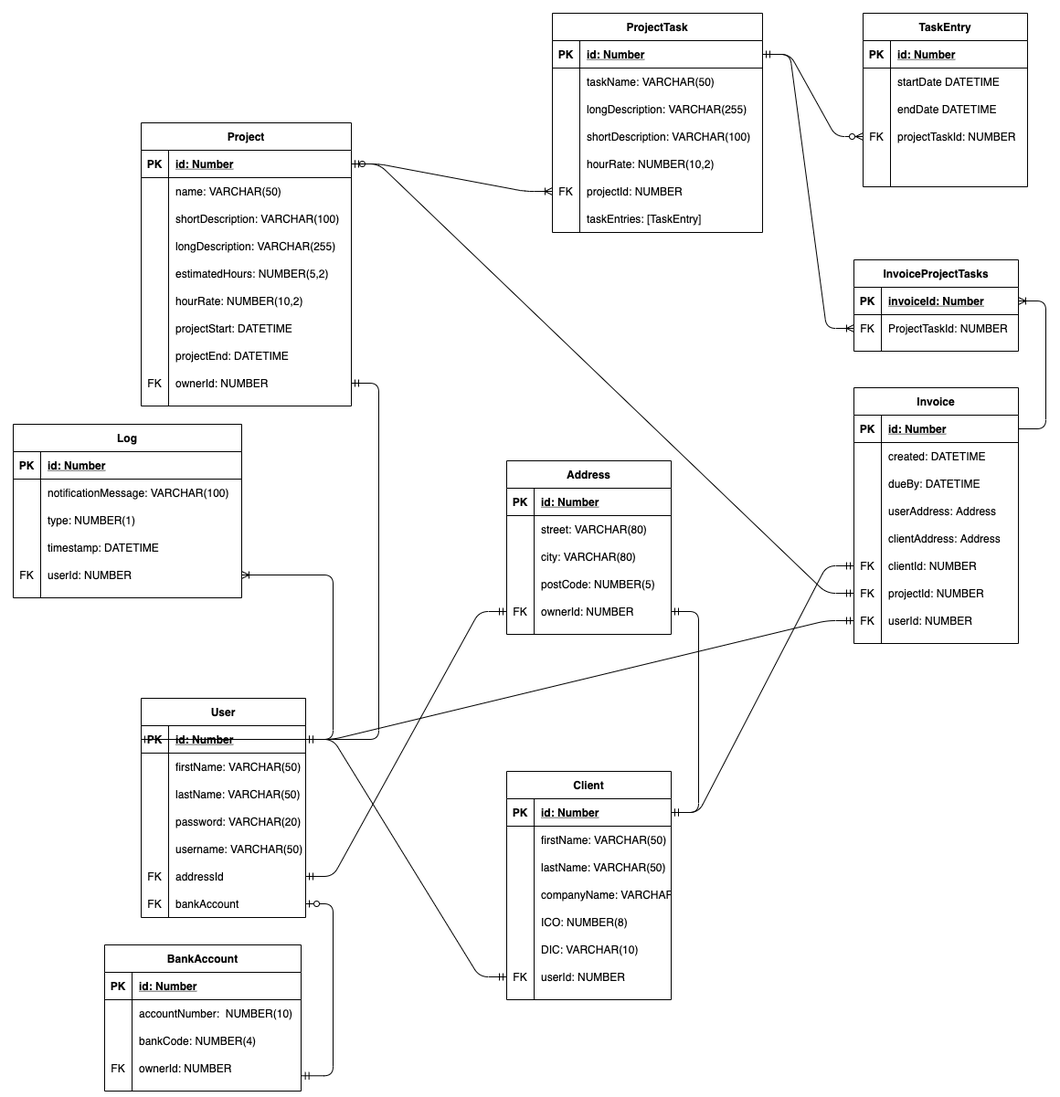
Earlier version of the draw.io export er_model.png (RomanAuersvald/DORDB). Source tidied: cells renumbered, new cells last; positions are measured from the earlier drawing's top-left corner, leaving out a move shared by most shapes.
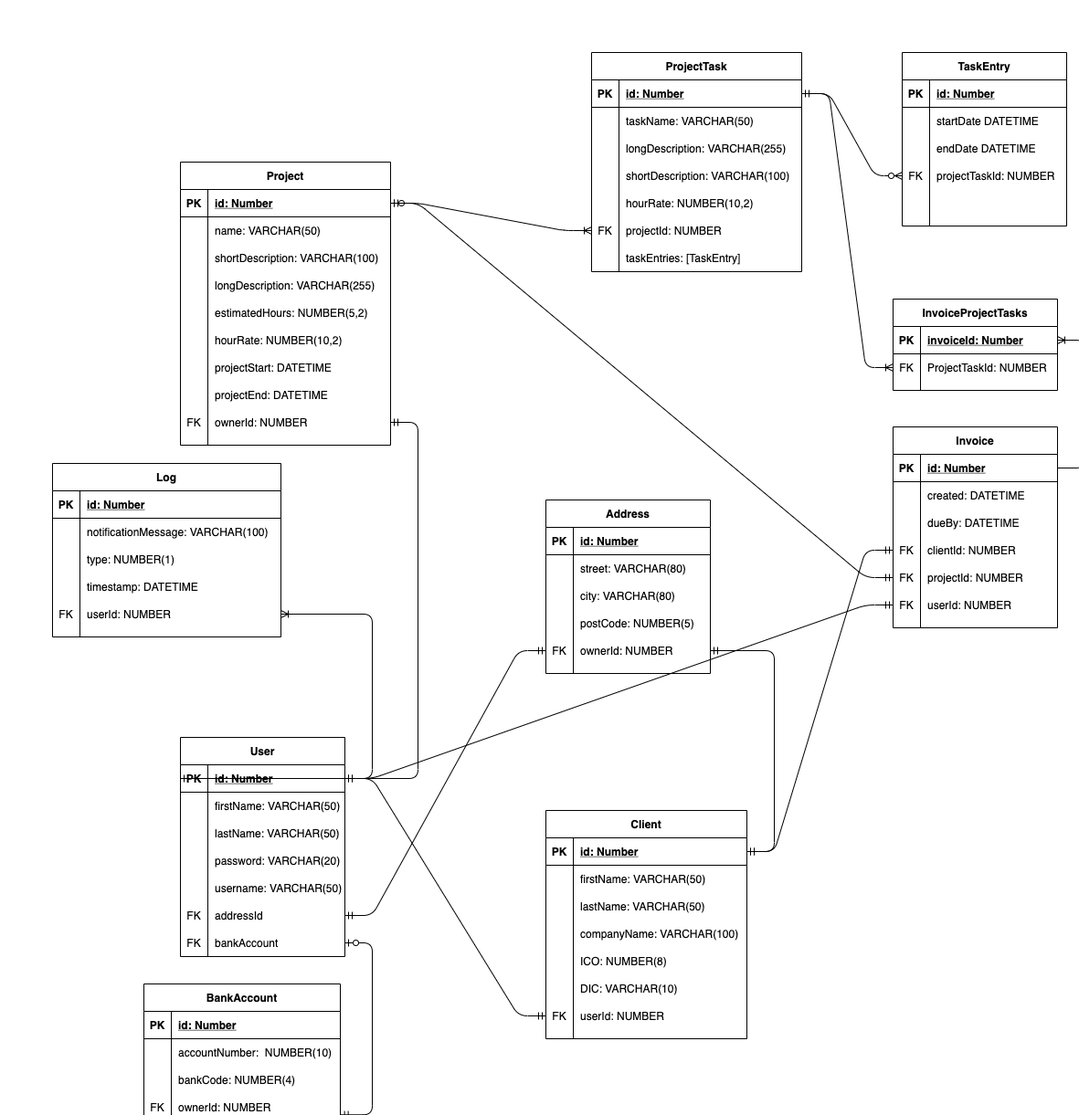
After the change.

Change to the diagram source:
```diff
@@ -273,70 +273,70 @@
       <mxGeometry relative="1" as="geometry" />
     </mxCell>
     <mxCell id="92" value="Client" style="shape=table;startSize=30;rowLines=0;fontStyle=1;align=center;" parent="1" vertex="1">
-      <mxGeometry x="540" y="830" width="180" height="250" as="geometry" />
+      <mxGeometry x="540" y="830" width="220" height="250" as="geometry" />
     </mxCell>
     <mxCell id="93" style="shape=partialRectangle;fillColor=none;top=0;left=0;bottom=1;right=0;points=[[0,0.5],[1,0.5]];portConstraint=eastwest;" parent="92" vertex="1">
-      <mxGeometry y="30" width="180" height="30" as="geometry" />
+      <mxGeometry y="30" width="220" height="30" as="geometry" />
     </mxCell>
     <mxCell id="94" value="PK" style="shape=partialRectangle;fillColor=none;top=0;left=0;bottom=0;right=0;fontStyle=1;overflow=hidden;" parent="93" vertex="1">
       <mxGeometry width="30" height="30" as="geometry" />
     </mxCell>
     <mxCell id="95" value="id: Number" style="shape=partialRectangle;fillColor=none;top=0;left=0;bottom=0;right=0;align=left;spacingLeft=6;fontStyle=5;overflow=hidden;" parent="93" vertex="1">
-      <mxGeometry x="30" width="150" height="30" as="geometry" />
+      <mxGeometry x="30" width="190" height="30" as="geometry" />
     </mxCell>
     <mxCell id="96" style="shape=partialRectangle;fillColor=none;top=0;left=0;bottom=0;right=0;" parent="92" vertex="1">
-      <mxGeometry y="60" width="180" height="30" as="geometry" />
+      <mxGeometry y="60" width="220" height="30" as="geometry" />
     </mxCell>
     <mxCell id="97" style="shape=partialRectangle;fillColor=none;top=0;left=0;bottom=0;right=0;overflow=hidden;" parent="96" vertex="1">
       <mxGeometry width="30" height="30" as="geometry" />
     </mxCell>
     <mxCell id="98" value="firstName: VARCHAR(50)" style="shape=partialRectangle;fillColor=none;top=0;left=0;bottom=0;right=0;align=left;spacingLeft=6;overflow=hidden;" parent="96" vertex="1">
-      <mxGeometry x="30" width="150" height="30" as="geometry" />
+      <mxGeometry x="30" width="190" height="30" as="geometry" />
     </mxCell>
     <mxCell id="99" style="shape=partialRectangle;fillColor=none;top=0;left=0;bottom=0;right=0;" parent="92" vertex="1">
-      <mxGeometry y="90" width="180" height="30" as="geometry" />
+      <mxGeometry y="90" width="220" height="30" as="geometry" />
     </mxCell>
     <mxCell id="100" style="shape=partialRectangle;fillColor=none;top=0;left=0;bottom=0;right=0;overflow=hidden;" parent="99" vertex="1">
       <mxGeometry width="30" height="30" as="geometry" />
     </mxCell>
     <mxCell id="101" value="lastName: VARCHAR(50)" style="shape=partialRectangle;fillColor=none;top=0;left=0;bottom=0;right=0;align=left;spacingLeft=6;overflow=hidden;" parent="99" vertex="1">
-      <mxGeometry x="30" width="150" height="30" as="geometry" />
+      <mxGeometry x="30" width="190" height="30" as="geometry" />
     </mxCell>
     <mxCell id="102" style="shape=partialRectangle;fillColor=none;top=0;left=0;bottom=0;right=0;" parent="92" vertex="1">
-      <mxGeometry y="120" width="180" height="30" as="geometry" />
+      <mxGeometry y="120" width="220" height="30" as="geometry" />
     </mxCell>
     <mxCell id="103" style="shape=partialRectangle;fillColor=none;top=0;left=0;bottom=0;right=0;overflow=hidden;" parent="102" vertex="1">
       <mxGeometry width="30" height="30" as="geometry" />
     </mxCell>
     <mxCell id="104" value="companyName: VARCHAR(100)" style="shape=partialRectangle;fillColor=none;top=0;left=0;bottom=0;right=0;align=left;spacingLeft=6;overflow=hidden;" parent="102" vertex="1">
-      <mxGeometry x="30" width="150" height="30" as="geometry" />
+      <mxGeometry x="30" width="190" height="30" as="geometry" />
     </mxCell>
     <mxCell id="105" style="shape=partialRectangle;fillColor=none;top=0;left=0;bottom=0;right=0;" parent="92" vertex="1">
-      <mxGeometry y="150" width="180" height="30" as="geometry" />
+      <mxGeometry y="150" width="220" height="30" as="geometry" />
     </mxCell>
     <mxCell id="106" style="shape=partialRectangle;fillColor=none;top=0;left=0;bottom=0;right=0;overflow=hidden;" parent="105" vertex="1">
       <mxGeometry width="30" height="30" as="geometry" />
     </mxCell>
     <mxCell id="107" value="ICO: NUMBER(8)" style="shape=partialRectangle;fillColor=none;top=0;left=0;bottom=0;right=0;align=left;spacingLeft=6;overflow=hidden;" parent="105" vertex="1">
-      <mxGeometry x="30" width="150" height="30" as="geometry" />
+      <mxGeometry x="30" width="190" height="30" as="geometry" />
     </mxCell>
     <mxCell id="108" style="shape=partialRectangle;fillColor=none;top=0;left=0;bottom=0;right=0;" parent="92" vertex="1">
-      <mxGeometry y="180" width="180" height="30" as="geometry" />
+      <mxGeometry y="180" width="220" height="30" as="geometry" />
     </mxCell>
     <mxCell id="109" style="shape=partialRectangle;fillColor=none;top=0;left=0;bottom=0;right=0;overflow=hidden;" parent="108" vertex="1">
       <mxGeometry width="30" height="30" as="geometry" />
     </mxCell>
     <mxCell id="110" value="DIC: VARCHAR(10)" style="shape=partialRectangle;fillColor=none;top=0;left=0;bottom=0;right=0;align=left;spacingLeft=6;overflow=hidden;" parent="108" vertex="1">
-      <mxGeometry x="30" width="150" height="30" as="geometry" />
+      <mxGeometry x="30" width="190" height="30" as="geometry" />
     </mxCell>
     <mxCell id="111" style="shape=partialRectangle;fillColor=none;top=0;left=0;bottom=0;right=0;points=[[0,0.5],[1,0.5]];portConstraint=eastwest;" parent="92" vertex="1">
-      <mxGeometry y="210" width="180" height="30" as="geometry" />
+      <mxGeometry y="210" width="220" height="30" as="geometry" />
     </mxCell>
     <mxCell id="112" value="FK" style="shape=partialRectangle;fillColor=none;top=0;left=0;bottom=0;right=0;fontStyle=0;overflow=hidden;" parent="111" vertex="1">
       <mxGeometry width="30" height="30" as="geometry" />
     </mxCell>
     <mxCell id="113" value="userId: NUMBER" style="shape=partialRectangle;fillColor=none;top=0;left=0;bottom=0;right=0;align=left;spacingLeft=6;fontStyle=0;overflow=hidden;" parent="111" vertex="1">
-      <mxGeometry x="30" width="150" height="30" as="geometry" />
+      <mxGeometry x="30" width="190" height="30" as="geometry" />
     </mxCell>
     <mxCell id="114" style="edgeStyle=entityRelationEdgeStyle;fontSize=12;html=1;endArrow=ERmandOne;startArrow=ERmandOne;" parent="1" edge="1" source="70" target="111">
       <mxGeometry relative="1" as="geometry" />
@@ -447,7 +447,7 @@
       <mxGeometry relative="1" as="geometry" />
     </mxCell>
     <mxCell id="150" value="Invoice" style="shape=table;startSize=30;rowLines=0;fontStyle=1;align=center;" parent="1" vertex="1">
-      <mxGeometry x="920" y="410" width="180" height="280" as="geometry" />
+      <mxGeometry x="920" y="410" width="180" height="220" as="geometry" />
     </mxCell>
     <mxCell id="151" style="shape=partialRectangle;fillColor=none;top=0;left=0;bottom=1;right=0;points=[[0,0.5],[1,0.5]];portConstraint=eastwest;" parent="150" vertex="1">
       <mxGeometry y="30" width="180" height="30" as="geometry" />
@@ -476,26 +476,8 @@
     <mxCell id="159" value="dueBy: DATETIME" style="shape=partialRectangle;fillColor=none;top=0;left=0;bottom=0;right=0;align=left;spacingLeft=6;overflow=hidden;" parent="157" vertex="1">
       <mxGeometry x="30" width="150" height="30" as="geometry" />
     </mxCell>
-    <mxCell id="160" style="shape=partialRectangle;fillColor=none;top=0;left=0;bottom=0;right=0;" parent="150" vertex="1">
-      <mxGeometry y="120" width="180" height="30" as="geometry" />
-    </mxCell>
-    <mxCell id="161" style="shape=partialRectangle;fillColor=none;top=0;left=0;bottom=0;right=0;overflow=hidden;" parent="160" vertex="1">
-      <mxGeometry width="30" height="30" as="geometry" />
-    </mxCell>
-    <mxCell id="162" value="userAddress: Address" style="shape=partialRectangle;fillColor=none;top=0;left=0;bottom=0;right=0;align=left;spacingLeft=6;overflow=hidden;" parent="160" vertex="1">
-      <mxGeometry x="30" width="150" height="30" as="geometry" />
-    </mxCell>
-    <mxCell id="163" style="shape=partialRectangle;fillColor=none;top=0;left=0;bottom=0;right=0;" parent="150" vertex="1">
-      <mxGeometry y="150" width="180" height="30" as="geometry" />
-    </mxCell>
-    <mxCell id="164" style="shape=partialRectangle;fillColor=none;top=0;left=0;bottom=0;right=0;overflow=hidden;" parent="163" vertex="1">
-      <mxGeometry width="30" height="30" as="geometry" />
-    </mxCell>
-    <mxCell id="165" value="clientAddress: Address" style="shape=partialRectangle;fillColor=none;top=0;left=0;bottom=0;right=0;align=left;spacingLeft=6;overflow=hidden;" parent="163" vertex="1">
-      <mxGeometry x="30" width="150" height="30" as="geometry" />
-    </mxCell>
     <mxCell id="166" style="shape=partialRectangle;fillColor=none;top=0;left=0;bottom=0;right=0;points=[[0,0.5],[1,0.5]];portConstraint=eastwest;" parent="150" vertex="1">
-      <mxGeometry y="180" width="180" height="30" as="geometry" />
+      <mxGeometry y="120" width="180" height="30" as="geometry" />
     </mxCell>
     <mxCell id="167" value="FK" style="shape=partialRectangle;fillColor=none;top=0;left=0;bottom=0;right=0;fontStyle=0;overflow=hidden;" parent="166" vertex="1">
       <mxGeometry width="30" height="30" as="geometry" />
@@ -504,7 +486,7 @@
       <mxGeometry x="30" width="150" height="30" as="geometry" />
     </mxCell>
     <mxCell id="169" style="shape=partialRectangle;fillColor=none;top=0;left=0;bottom=0;right=0;points=[[0,0.5],[1,0.5]];portConstraint=eastwest;" parent="150" vertex="1">
-      <mxGeometry y="210" width="180" height="30" as="geometry" />
+      <mxGeometry y="150" width="180" height="30" as="geometry" />
     </mxCell>
     <mxCell id="170" value="FK" style="shape=partialRectangle;fillColor=none;top=0;left=0;bottom=0;right=0;fontStyle=0;overflow=hidden;" parent="169" vertex="1">
       <mxGeometry width="30" height="30" as="geometry" />
@@ -513,7 +495,7 @@
       <mxGeometry x="30" width="150" height="30" as="geometry" />
     </mxCell>
     <mxCell id="172" style="shape=partialRectangle;fillColor=none;top=0;left=0;bottom=0;right=0;points=[[0,0.5],[1,0.5]];portConstraint=eastwest;" parent="150" vertex="1">
-      <mxGeometry y="240" width="180" height="30" as="geometry" />
+      <mxGeometry y="180" width="180" height="30" as="geometry" />
     </mxCell>
     <mxCell id="173" value="FK" style="shape=partialRectangle;fillColor=none;top=0;left=0;bottom=0;right=0;fontStyle=0;overflow=hidden;" parent="172" vertex="1">
       <mxGeometry width="30" height="30" as="geometry" />
```
